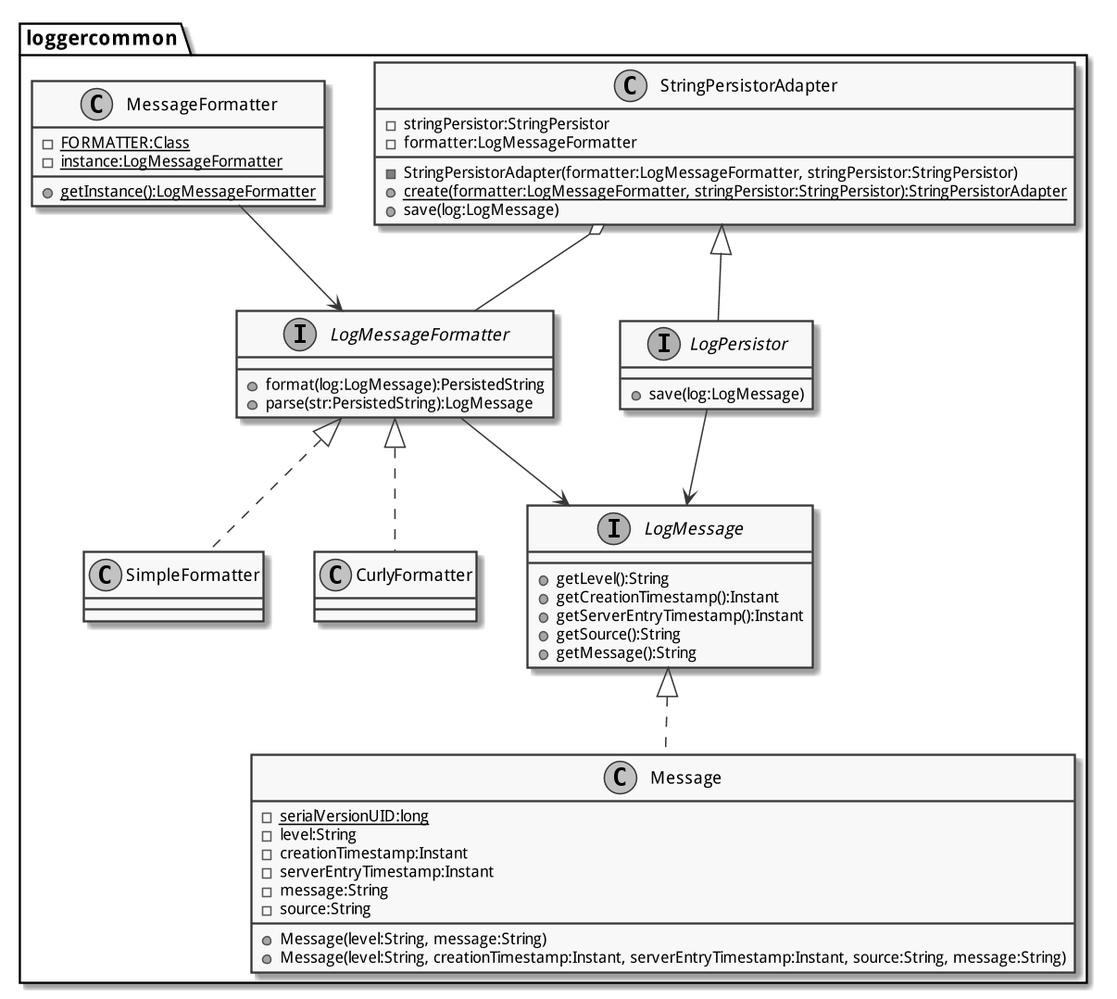
Above: Systemspezifikation/img/loggercommon.png in patrickbucher/vsk-team5 (PlantUML), before the change.
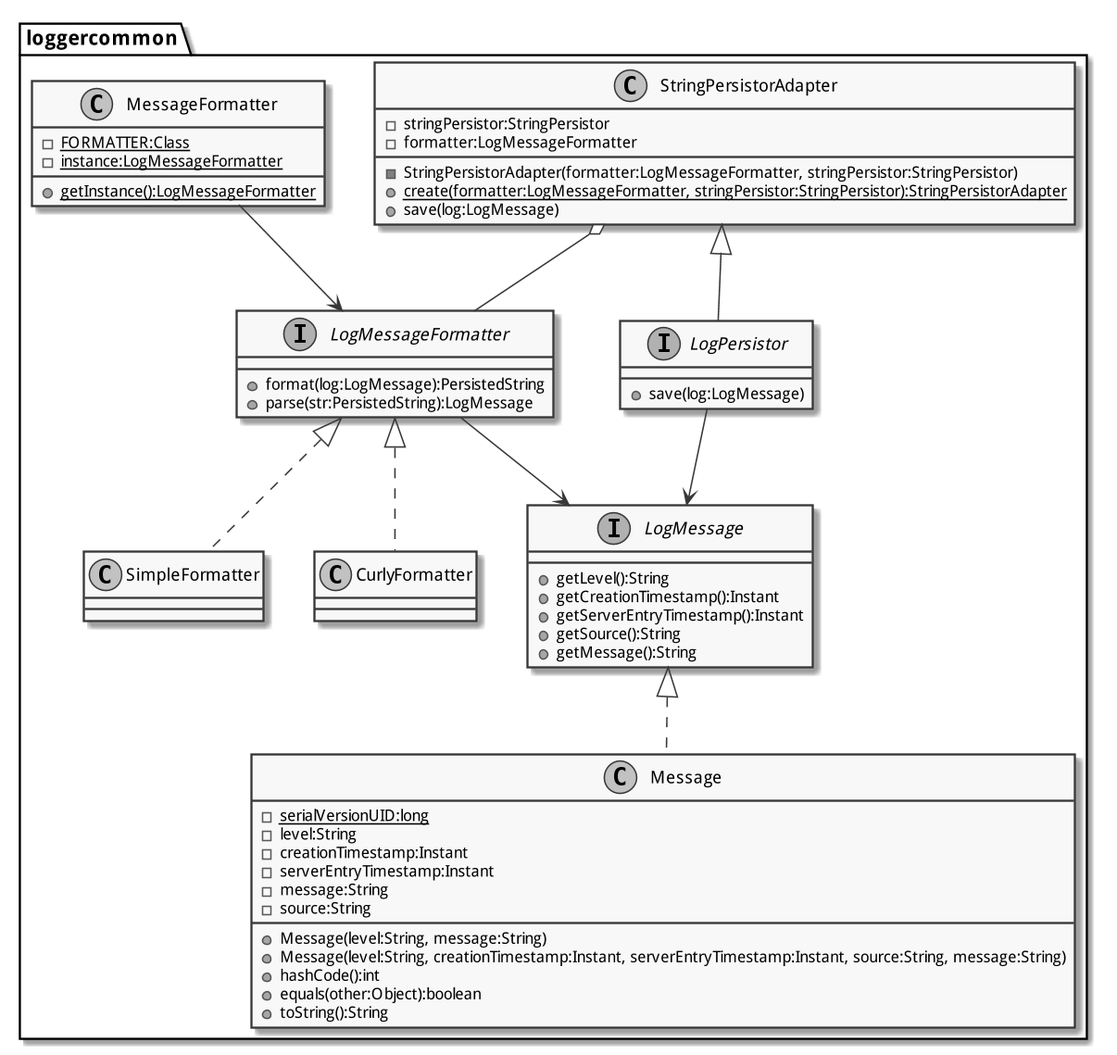
After the commit.

Commit message:
Klassendiagramm für TCP-Kommunikation angepasst

Change to the diagram source:
```diff
@@ -21,6 +21,9 @@
         - source:String
         + Message(level:String, message:String)
         + Message(level:String, creationTimestamp:Instant, serverEntryTimestamp:Instant, source:String, message:String)
+        + hashCode():int
+        + equals(other:Object):boolean
+        + toString():String
     }
     interface LogPersistor {
         + save(log:LogMessage)
```
